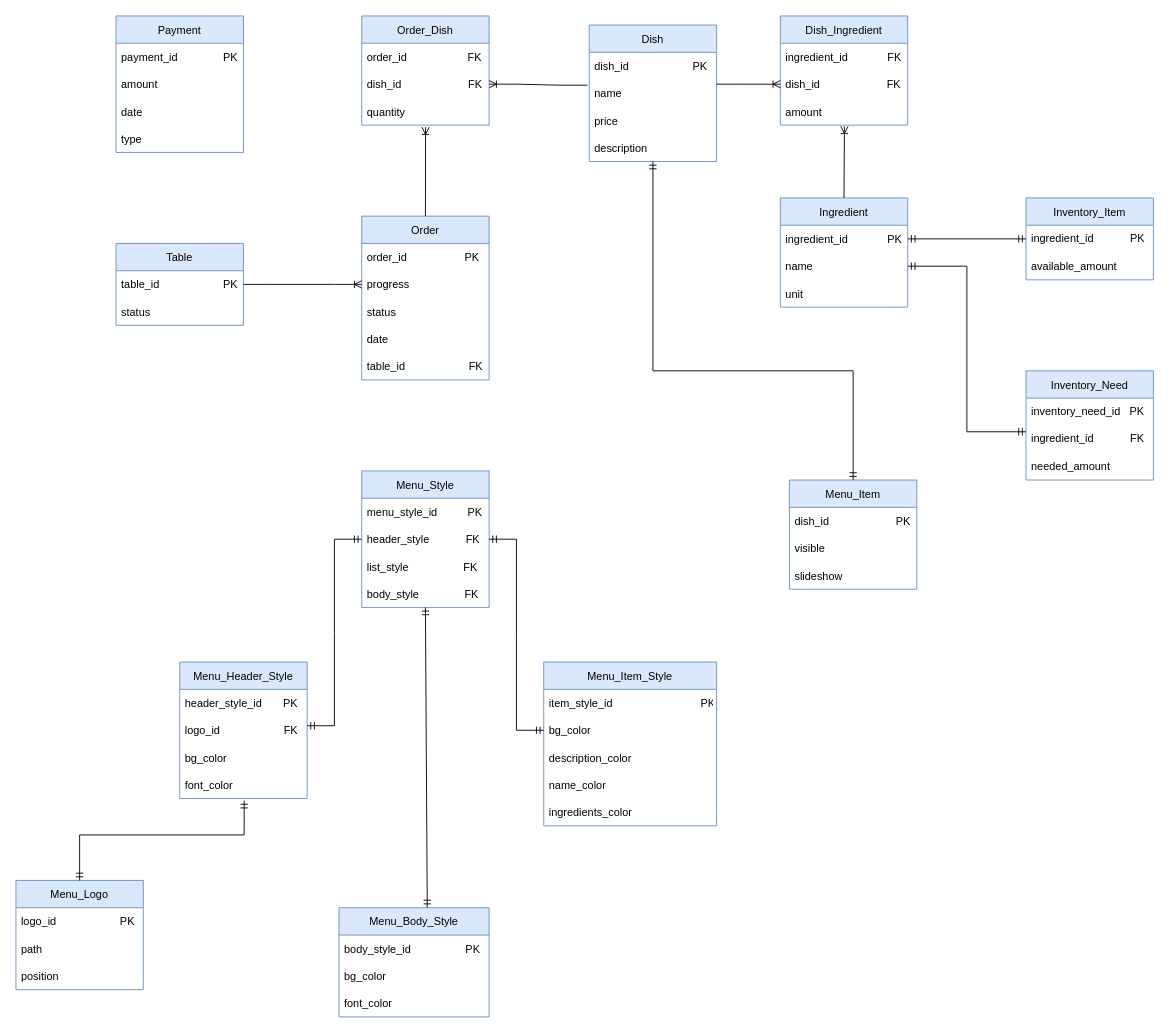
Earlier version of the draw.io diagram diagrams/ERD.drawio (jadhamwi31/quickq). Source tidied: cells renumbered, new cells numbered last; positions are measured from the earlier drawing's top-left corner, leaving out a move shared by most shapes. Both pictures are drawn from the tidied source at 91%, with x=0, y=0 at pixel (15, 15).
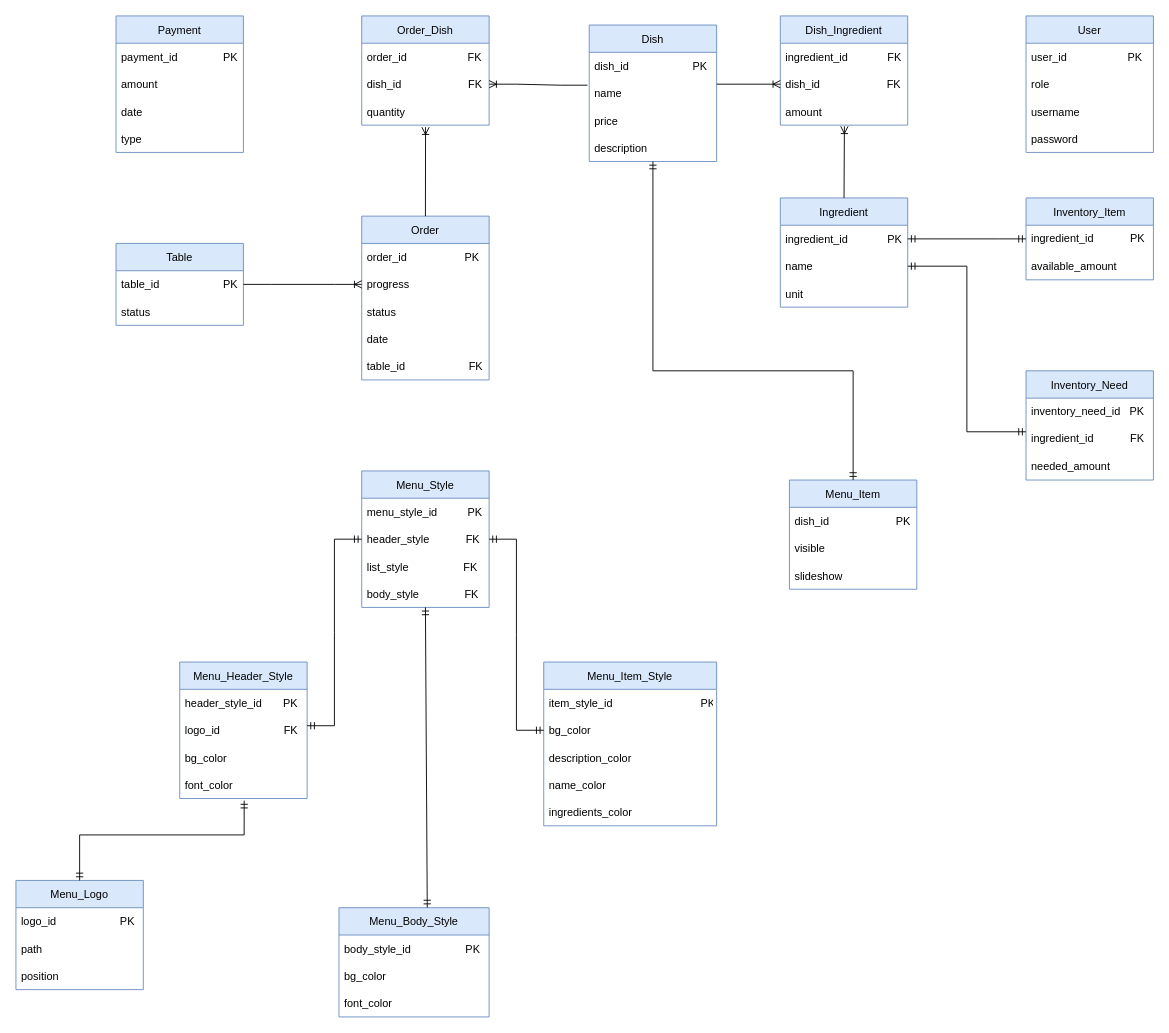
The same diagram, later.

The edit, as a diff of the source:
```diff
@@
+    <mxCell id="80" value="User" style="swimlane;fontStyle=0;horizontal=1;startSize=30;fillColor=#dae8fc;strokeColor=#6c8ebf;" parent="1" vertex="1">
+      <mxGeometry x="1110" width="140" height="150" as="geometry" />
+    </mxCell>
+    <mxCell id="81" value="user_id                    PK" style="text;strokeColor=none;fillColor=none;align=left;verticalAlign=middle;spacingLeft=4;spacingRight=4;overflow=hidden;" parent="80" vertex="1">
+      <mxGeometry y="30" width="140" height="30" as="geometry" />
+    </mxCell>
+    <mxCell id="82" value="role" style="text;strokeColor=none;fillColor=none;align=left;verticalAlign=middle;spacingLeft=4;spacingRight=4;overflow=hidden;" parent="80" vertex="1">
+      <mxGeometry y="60" width="140" height="30" as="geometry" />
+    </mxCell>
+    <mxCell id="83" value="username" style="text;strokeColor=none;fillColor=none;align=left;verticalAlign=middle;spacingLeft=4;spacingRight=4;overflow=hidden;" parent="80" vertex="1">
+      <mxGeometry y="90" width="140" height="30" as="geometry" />
+    </mxCell>
+    <mxCell id="84" value="password" style="text;strokeColor=none;fillColor=none;align=left;verticalAlign=middle;spacingLeft=4;spacingRight=4;overflow=hidden;" parent="80" vertex="1">
+      <mxGeometry y="120" width="140" height="30" as="geometry" />
+    </mxCell>
```
